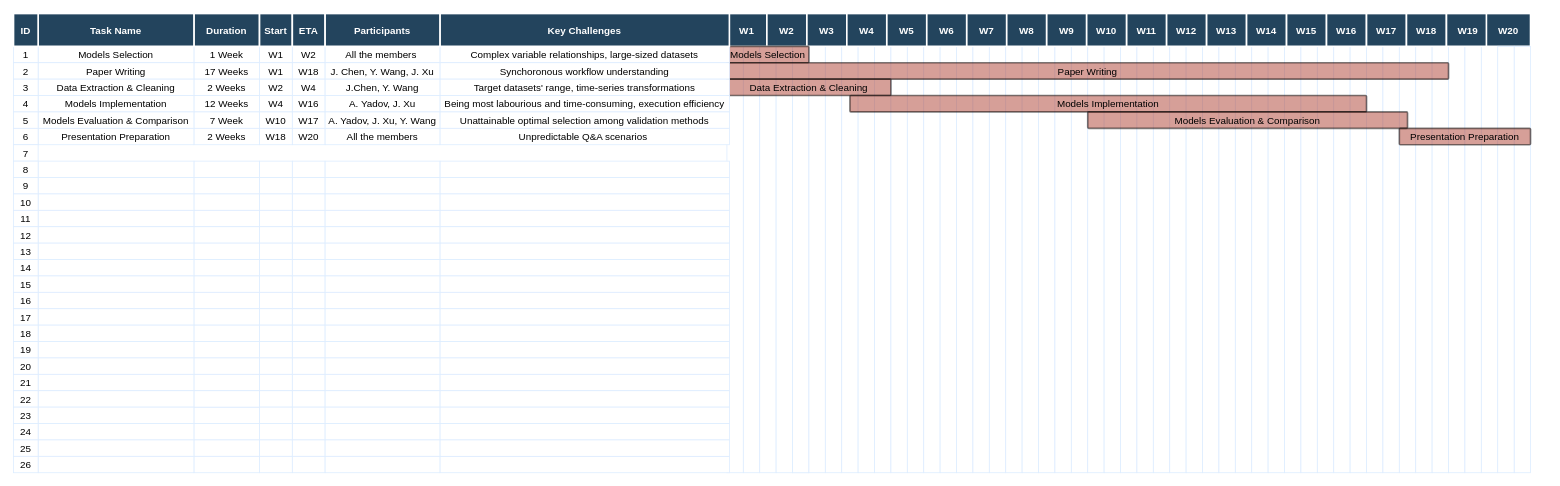
Before: Reports/Gantt.drawio in jiajiex-2021/MAST90106-Data-Science-Project, a draw.io diagram. Source tidied: cells renumbered, new cells numbered last; positions are measured from the earlier drawing's top-left corner, leaving out a move shared by most shapes. Both pictures are drawn from the tidied source at 82%, with x=0, y=0 at pixel (13, 13).
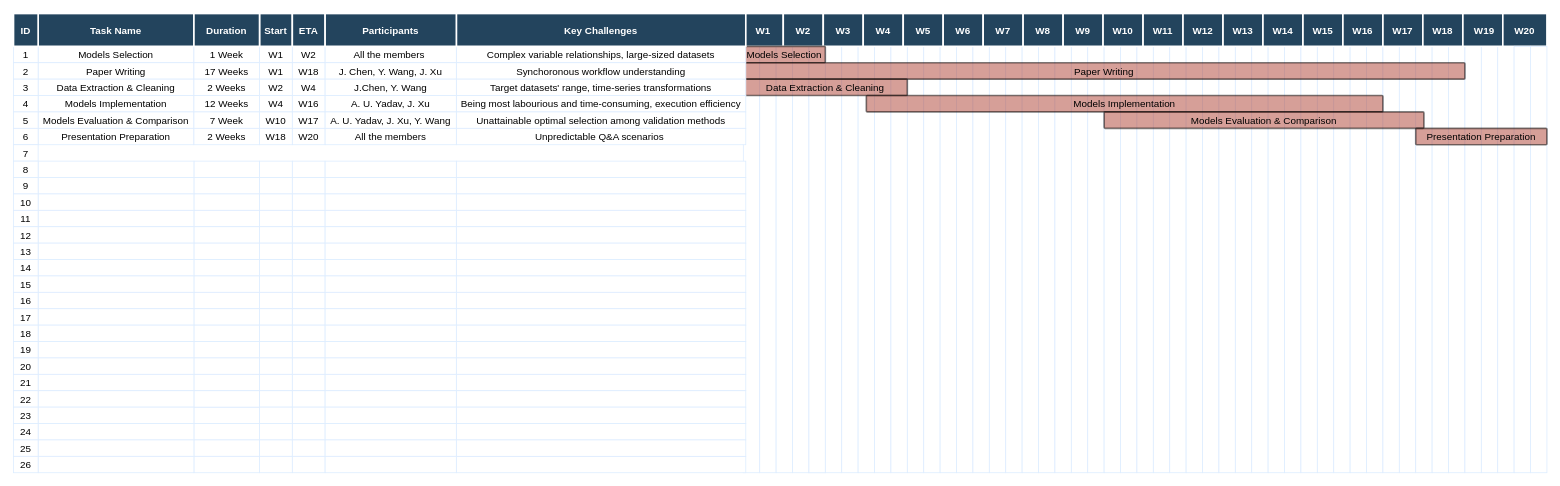
After the change.

Change to the diagram source:
```diff
@@
-    <mxCell id="2" value="1 Week" style="strokeColor=#DEEDFF;fillColor=#FFFFFF;" parent="1" vertex="1">
-      <mxGeometry x="220" y="40" width="80" height="20" as="geometry" />
-    </mxCell>
-    <mxCell id="3" value="12 Weeks" style="strokeColor=#DEEDFF;" parent="1" vertex="1">
-      <mxGeometry x="220" y="100" width="80" height="20" as="geometry" />
-    </mxCell>
-    <mxCell id="4" value="7 Week" style="strokeColor=#DEEDFF;" parent="1" vertex="1">
-      <mxGeometry x="220" y="120" width="80" height="20" as="geometry" />
-    </mxCell>
-    <mxCell id="5" value="17 Weeks" style="strokeColor=#DEEDFF;" parent="1" vertex="1">
-      <mxGeometry x="220" y="60" width="80" height="20" as="geometry" />
-    </mxCell>
-    <mxCell id="6" value="2 Weeks" style="strokeColor=#DEEDFF;" parent="1" vertex="1">
-      <mxGeometry x="220" y="140" width="80" height="20" as="geometry" />
-    </mxCell>
@@
-    <mxCell id="25" value="Duration" style="fillColor=#23445D;strokeColor=#FFFFFF;strokeWidth=2;fontColor=#FFFFFF;fontStyle=1;" parent="1" vertex="1">
-      <mxGeometry x="220" width="80" height="40" as="geometry" />
-    </mxCell>
-    <mxCell id="26" value="2 Weeks" style="strokeColor=#DEEDFF;fillColor=#FFFFFF;" parent="1" vertex="1">
-      <mxGeometry x="220" y="80" width="80" height="20" as="geometry" />
-    </mxCell>
     <mxCell id="27" style="group;" parent="1" vertex="1">
-      <mxGeometry x="870" width="1030" height="560" as="geometry" />
+      <mxGeometry x="890" width="1030" height="560" as="geometry" />
     </mxCell>
@@
     <mxCell id="105" value="Models Evaluation &amp; Comparison" style="shape=mxgraph.flowchart.process;fillColor=#AE4132;strokeColor=#000000;strokeWidth=2;opacity=50;" parent="1" vertex="1">
-      <mxGeometry x="1310" y="120" width="390" height="20" as="geometry" />
+      <mxGeometry x="1330" y="120" width="390" height="20" as="geometry" />
     </mxCell>
     <mxCell id="106" value="Presentation Preparation" style="shape=mxgraph.flowchart.process;fillColor=#AE4132;strokeColor=#000000;strokeWidth=2;opacity=50;" parent="1" vertex="1">
-      <mxGeometry x="1690" y="140" width="160" height="20" as="geometry" />
+      <mxGeometry x="1710" y="140" width="160" height="20" as="geometry" />
     </mxCell>
@@
     <mxCell id="189" style="group;" parent="1" vertex="1">
-      <mxGeometry x="520" width="353" height="560" as="geometry" />
+      <mxGeometry x="540" width="353" height="560" as="geometry" />
     </mxCell>
@@
     <mxCell id="216" style="group;" parent="1" vertex="1">
-      <mxGeometry x="380" width="140" height="560" as="geometry" />
+      <mxGeometry x="380" width="160" height="560" as="geometry" />
     </mxCell>
     <mxCell id="217" value="All the members " style="strokeColor=#DEEDFF;fillColor=#FFFFFF;" parent="216" vertex="1">
-      <mxGeometry y="40" width="140" height="20" as="geometry" />
+      <mxGeometry y="40" width="160" height="20" as="geometry" />
     </mxCell>
-    <mxCell id="218" value="A. Yadov, J. Xu" style="strokeColor=#DEEDFF;" parent="216" vertex="1">
-      <mxGeometry y="100" width="140" height="20" as="geometry" />
+    <mxCell id="218" value="A. U. Yadav, J. Xu" style="strokeColor=#DEEDFF;" parent="216" vertex="1">
+      <mxGeometry y="100" width="160" height="20" as="geometry" />
     </mxCell>
-    <mxCell id="219" value="A. Yadov, J. Xu, Y. Wang" style="strokeColor=#DEEDFF;" parent="216" vertex="1">
-      <mxGeometry y="120" width="140" height="20" as="geometry" />
+    <mxCell id="219" value="A. U. Yadav, J. Xu, Y. Wang" style="strokeColor=#DEEDFF;" parent="216" vertex="1">
+      <mxGeometry y="120" width="160" height="20" as="geometry" />
     </mxCell>
     <mxCell id="220" value="J. Chen, Y. Wang, J. Xu" style="strokeColor=#DEEDFF;" parent="216" vertex="1">
-      <mxGeometry y="60" width="140" height="20" as="geometry" />
+      <mxGeometry y="60" width="160" height="20" as="geometry" />
     </mxCell>
     <mxCell id="221" value="All the members" style="strokeColor=#DEEDFF;" parent="216" vertex="1">
-      <mxGeometry y="140" width="140" height="20" as="geometry" />
+      <mxGeometry y="140" width="160" height="20" as="geometry" />
     </mxCell>
     <mxCell id="222" style="strokeColor=#DEEDFF;fillColor=#FFFFFF;" parent="216" vertex="1">
-      <mxGeometry y="180" width="140" height="20" as="geometry" />
+      <mxGeometry y="180" width="160" height="20" as="geometry" />
     </mxCell>
     <mxCell id="223" style="strokeColor=#DEEDFF;fillColor=#FFFFFF;" parent="216" vertex="1">
-      <mxGeometry y="200" width="140" height="20" as="geometry" />
+      <mxGeometry y="200" width="160" height="20" as="geometry" />
     </mxCell>
     <mxCell id="224" style="strokeColor=#DEEDFF;fillColor=#FFFFFF;" parent="216" vertex="1">
-      <mxGeometry y="220" width="140" height="20" as="geometry" />
+      <mxGeometry y="220" width="160" height="20" as="geometry" />
     </mxCell>
     <mxCell id="225" style="strokeColor=#DEEDFF;fillColor=#FFFFFF;" parent="216" vertex="1">
-      <mxGeometry y="240" width="140" height="20" as="geometry" />
+      <mxGeometry y="240" width="160" height="20" as="geometry" />
     </mxCell>
     <mxCell id="226" style="strokeColor=#DEEDFF;fillColor=#FFFFFF;" parent="216" vertex="1">
-      <mxGeometry y="260" width="140" height="20" as="geometry" />
+      <mxGeometry y="260" width="160" height="20" as="geometry" />
     </mxCell>
     <mxCell id="227" style="strokeColor=#DEEDFF;fillColor=#FFFFFF;" parent="216" vertex="1">
-      <mxGeometry y="280" width="140" height="20" as="geometry" />
+      <mxGeometry y="280" width="160" height="20" as="geometry" />
     </mxCell>
     <mxCell id="228" style="strokeColor=#DEEDFF;fillColor=#FFFFFF;" parent="216" vertex="1">
-      <mxGeometry y="300" width="140" height="20" as="geometry" />
+      <mxGeometry y="300" width="160" height="20" as="geometry" />
     </mxCell>
     <mxCell id="229" style="strokeColor=#DEEDFF;fillColor=#FFFFFF;" parent="216" vertex="1">
-      <mxGeometry y="320" width="140" height="20" as="geometry" />
+      <mxGeometry y="320" width="160" height="20" as="geometry" />
     </mxCell>
     <mxCell id="230" style="strokeColor=#DEEDFF;fillColor=#FFFFFF;" parent="216" vertex="1">
-      <mxGeometry y="340" width="140" height="20" as="geometry" />
+      <mxGeometry y="340" width="160" height="20" as="geometry" />
     </mxCell>
     <mxCell id="231" style="strokeColor=#DEEDFF;fillColor=#FFFFFF;" parent="216" vertex="1">
-      <mxGeometry y="360" width="140" height="20" as="geometry" />
+      <mxGeometry y="360" width="160" height="20" as="geometry" />
     </mxCell>
     <mxCell id="232" style="strokeColor=#DEEDFF;" parent="216" vertex="1">
-      <mxGeometry y="380" width="140" height="20" as="geometry" />
+      <mxGeometry y="380" width="160" height="20" as="geometry" />
     </mxCell>
     <mxCell id="233" style="strokeColor=#DEEDFF;" parent="216" vertex="1">
-      <mxGeometry y="400" width="140" height="20" as="geometry" />
+      <mxGeometry y="400" width="160" height="20" as="geometry" />
     </mxCell>
     <mxCell id="234" style="strokeColor=#DEEDFF;" parent="216" vertex="1">
-      <mxGeometry y="420" width="140" height="20" as="geometry" />
+      <mxGeometry y="420" width="160" height="20" as="geometry" />
     </mxCell>
     <mxCell id="235" style="strokeColor=#DEEDFF;" parent="216" vertex="1">
-      <mxGeometry y="440" width="140" height="20" as="geometry" />
+      <mxGeometry y="440" width="160" height="20" as="geometry" />
     </mxCell>
     <mxCell id="236" style="strokeColor=#DEEDFF;" parent="216" vertex="1">
-      <mxGeometry y="460" width="140" height="20" as="geometry" />
+      <mxGeometry y="460" width="160" height="20" as="geometry" />
     </mxCell>
     <mxCell id="237" style="strokeColor=#DEEDFF;" parent="216" vertex="1">
-      <mxGeometry y="480" width="140" height="20" as="geometry" />
+      <mxGeometry y="480" width="160" height="20" as="geometry" />
     </mxCell>
     <mxCell id="238" style="strokeColor=#DEEDFF;" parent="216" vertex="1">
-      <mxGeometry y="500" width="140" height="20" as="geometry" />
+      <mxGeometry y="500" width="160" height="20" as="geometry" />
     </mxCell>
     <mxCell id="239" style="strokeColor=#DEEDFF;" parent="216" vertex="1">
-      <mxGeometry y="520" width="140" height="20" as="geometry" />
+      <mxGeometry y="520" width="160" height="20" as="geometry" />
     </mxCell>
     <mxCell id="240" style="strokeColor=#DEEDFF;" parent="216" vertex="1">
-      <mxGeometry y="540" width="140" height="20" as="geometry" />
+      <mxGeometry y="540" width="160" height="20" as="geometry" />
     </mxCell>
     <mxCell id="241" value="Participants" style="fillColor=#23445D;strokeColor=#FFFFFF;strokeWidth=2;fontColor=#FFFFFF;fontStyle=1;" parent="216" vertex="1">
-      <mxGeometry width="140" height="40" as="geometry" />
+      <mxGeometry width="160" height="40" as="geometry" />
     </mxCell>
     <mxCell id="242" value="J.Chen, Y. Wang" style="strokeColor=#DEEDFF;fillColor=#FFFFFF;" parent="216" vertex="1">
-      <mxGeometry y="80" width="140" height="20" as="geometry" />
+      <mxGeometry y="80" width="160" height="20" as="geometry" />
     </mxCell>
@@
+    <mxCell id="271" style="group;" parent="1" vertex="1">
+      <mxGeometry x="220" width="80" height="160" as="geometry" />
+    </mxCell>
+    <mxCell id="2" value="1 Week" style="strokeColor=#DEEDFF;fillColor=#FFFFFF;" parent="271" vertex="1">
+      <mxGeometry y="40" width="80" height="20" as="geometry" />
+    </mxCell>
+    <mxCell id="3" value="12 Weeks" style="strokeColor=#DEEDFF;" parent="271" vertex="1">
+      <mxGeometry y="100" width="80" height="20" as="geometry" />
+    </mxCell>
+    <mxCell id="4" value="7 Week" style="strokeColor=#DEEDFF;" parent="271" vertex="1">
+      <mxGeometry y="120" width="80" height="20" as="geometry" />
+    </mxCell>
+    <mxCell id="5" value="17 Weeks" style="strokeColor=#DEEDFF;" parent="271" vertex="1">
+      <mxGeometry y="60" width="80" height="20" as="geometry" />
+    </mxCell>
+    <mxCell id="6" value="2 Weeks" style="strokeColor=#DEEDFF;" parent="271" vertex="1">
+      <mxGeometry y="140" width="80" height="20" as="geometry" />
+    </mxCell>
+    <mxCell id="25" value="Duration" style="fillColor=#23445D;strokeColor=#FFFFFF;strokeWidth=2;fontColor=#FFFFFF;fontStyle=1;" parent="271" vertex="1">
+      <mxGeometry width="80" height="40" as="geometry" />
+    </mxCell>
+    <mxCell id="26" value="2 Weeks" style="strokeColor=#DEEDFF;fillColor=#FFFFFF;" parent="271" vertex="1">
+      <mxGeometry y="80" width="80" height="20" as="geometry" />
+    </mxCell>
```
